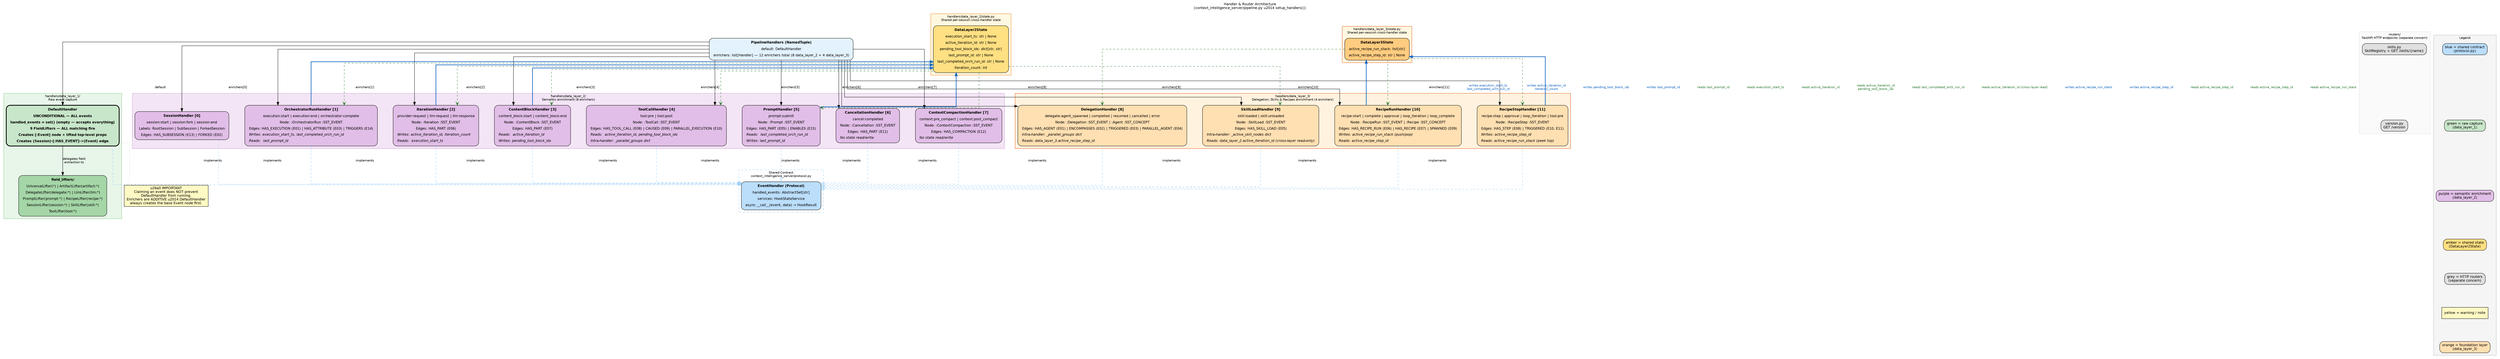
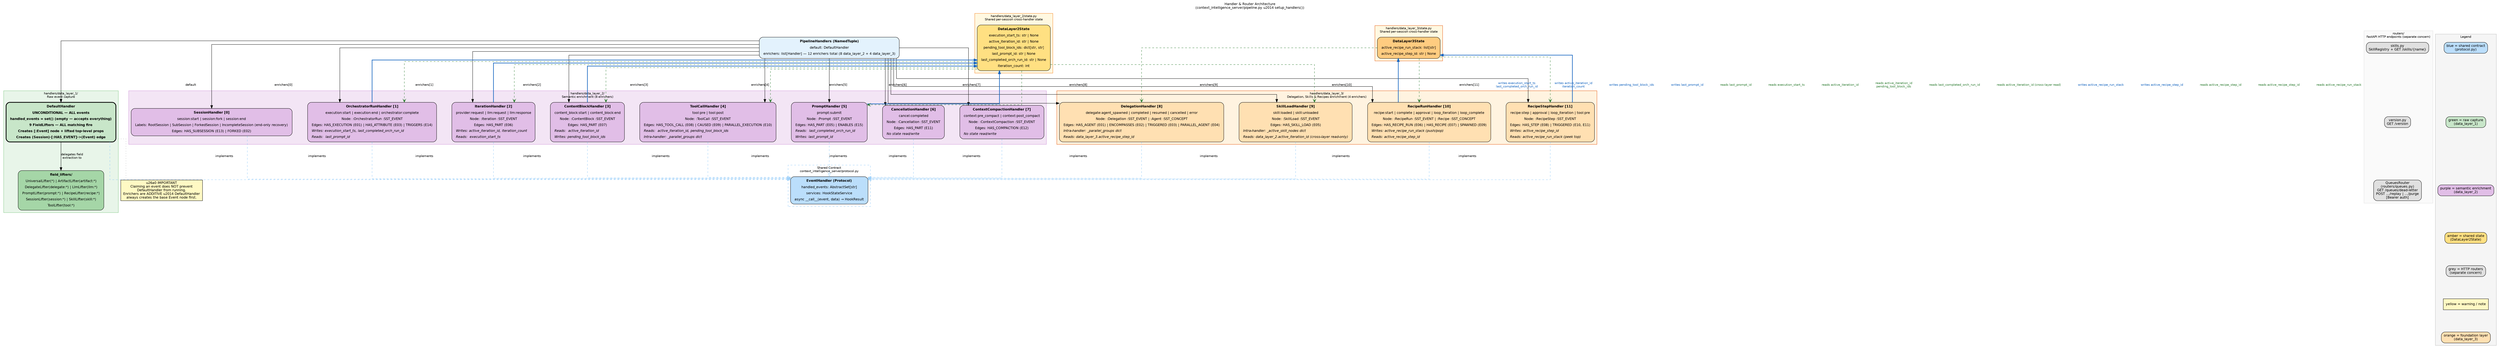
digraph handler_architecture {
    // --- Global defaults ------------------------------------------------------
    graph [
        rankdir   = TB
        splines   = ortho
        nodesep   = 0.7
        ranksep   = 1.0
        fontname  = "Helvetica"
        fontsize  = 11
        label     = "Handler & Router Architecture\n(context_intelligence_server/pipeline.py \u2014 setup_handlers())"
        labelloc  = t
        labeljust = c
    ]
    node [
        fontname = "Helvetica"
        fontsize = 11
        style    = "filled,rounded"
        shape    = box
    ]
    edge [
        fontname = "Helvetica"
        fontsize = 10
    ]

    // --- PipelineHandlers (NamedTuple) ----------------------------------------
    PipelineHandlers [
        style     = "filled,rounded"
        fillcolor = "#E3F2FD"
        label     = <<TABLE BORDER="0" CELLBORDER="0" CELLSPACING="2" CELLPADDING="3">
            <TR><TD><B>PipelineHandlers (NamedTuple)</B></TD></TR>
            <TR><TD>default: DefaultHandler</TD></TR>
            <TR><TD>enrichers: list[Handler] &#8212; 12 enrichers total (8 data_layer_2 + 4 data_layer_3)</TD></TR>
        </TABLE>>
    ]

    // --- Shared Contract -----------------------------------------------------
    subgraph cluster_protocol {
        graph [
            label     = "Shared Contract\ncontext_intelligence_server/protocol.py"
            style     = "dashed"
            color     = "#90CAF9"
            fontname  = "Helvetica"
            fontsize  = 10
        ]

        Protocol [
            style     = "filled,rounded"
            fillcolor = "#BBDEFB"
            label     = <<TABLE BORDER="0" CELLBORDER="0" CELLSPACING="2" CELLPADDING="3">
                <TR><TD><B>EventHandler (Protocol)</B></TD></TR>
                <TR><TD>handled_events: AbstractSet[str]</TD></TR>
                <TR><TD>services: HookStateService</TD></TR>
                <TR><TD>async __call__(event, data) &#8594; HookResult</TD></TR>
            </TABLE>>
        ]
    }

    // --- Routers (separate concern) ------------------------------------------
    subgraph cluster_routers {
        graph [
            label     = "routers/\nFastAPI HTTP endpoints (separate concern)"
            style     = "filled"
            color     = "#E0E0E0"
            fillcolor = "#FAFAFA"
            fontname  = "Helvetica"
            fontsize  = 10
        ]

        SkillsRouter [
            style     = "filled,rounded"
            fillcolor = "#E0E0E0"
            label     = "skills.py\nSkillRegistry + GET /skills/{name}"
        ]

        VersionRouter [
            style     = "filled,rounded"
            fillcolor = "#E0E0E0"
            label     = "version.py\nGET /version"
        ]

-         SkillsRouter -> VersionRouter [style = invis]
+         QueuesRouter [
+             style     = "filled,rounded"
+             fillcolor = "#E0E0E0"
+             label     = "QueuesRouter\n(routers/queues.py)\nGET /queues/dead-letter\nPOST .../replay | .../purge\n[Bearer auth]"
+         ]
+ 
+         SkillsRouter -> VersionRouter -> QueuesRouter [style = invis]
    }

    // --- Data Layer 1: Raw event capture ------------------------------------
    subgraph cluster_data_layer_1 {
        graph [
            label     = "handlers/data_layer_1/\nRaw event capture"
            style     = "filled"
            color     = "#81C784"
            fillcolor = "#E8F5E9"
            fontname  = "Helvetica"
            fontsize  = 10
        ]

        DefaultHandler [
            style     = "filled,rounded"
            fillcolor = "#C8E6C9"
            fontname  = "Helvetica-Bold"
            penwidth  = 2.5
            label     = <<TABLE BORDER="0" CELLBORDER="0" CELLSPACING="2" CELLPADDING="3">
                <TR><TD><B>DefaultHandler</B></TD></TR>
                <TR><TD>UNCONDITIONAL &#8212; ALL events</TD></TR>
                <TR><TD>handled_events = set() (empty &#8212; accepts everything)</TD></TR>
                <TR><TD>9 FieldLifters &#8212; ALL matching fire</TD></TR>
                <TR><TD>Creates [:Event] node + lifted top-level props</TD></TR>
                <TR><TD>Creates (Session)-[:HAS_EVENT]-&gt;(Event) edge</TD></TR>
            </TABLE>>
        ]

        FieldLifters [
            style     = "filled,rounded"
            fillcolor = "#A5D6A7"
            label     = <<TABLE BORDER="0" CELLBORDER="0" CELLSPACING="2" CELLPADDING="3">
                <TR><TD><B>field_lifters/</B></TD></TR>
                <TR><TD>UniversalLifter(*) | ArtifactLifter(artifact:*)</TD></TR>
                <TR><TD>DelegateLifter(delegate:*) | LlmLifter(llm:*)</TD></TR>
                <TR><TD>PromptLifter(prompt:*) | RecipeLifter(recipe:*)</TD></TR>
                <TR><TD>SessionLifter(session:*) | SkillLifter(skill:*)</TD></TR>
                <TR><TD>ToolLifter(tool:*)</TD></TR>
            </TABLE>>
        ]

        DefaultHandler -> FieldLifters [label = "delegates field\nextraction to"]
    }

    // --- Data Layer 2: Semantic enrichment ----------------------------------
    subgraph cluster_data_layer_2 {
        graph [
            label     = "handlers/data_layer_2/\nSemantic enrichment (8 enrichers)"
            style     = "filled"
            color     = "#CE93D8"
            fillcolor = "#F3E5F5"
            fontname  = "Helvetica"
            fontsize  = 10
        ]

        SessionHandler [
            style     = "filled,rounded"
            fillcolor = "#E1BEE7"
            label     = <<TABLE BORDER="0" CELLBORDER="0" CELLSPACING="2" CELLPADDING="3">
                <TR><TD><B>SessionHandler [0]</B></TD></TR>
                <TR><TD>session:start | session:fork | session:end</TD></TR>
-                 <TR><TD>Labels: RootSession | SubSession | ForkedSession</TD></TR>
+                 <TR><TD>Labels: RootSession | SubSession | ForkedSession | IncompleteSession (end-only recovery)</TD></TR>
                <TR><TD>Edges: HAS_SUBSESSION (E13) | FORKED (E02)</TD></TR>
            </TABLE>>
        ]

        OrchestratorRunHandler [
            style     = "filled,rounded"
            fillcolor = "#E1BEE7"
            label     = <<TABLE BORDER="0" CELLBORDER="0" CELLSPACING="2" CELLPADDING="3">
                <TR><TD><B>OrchestratorRunHandler [1]</B></TD></TR>
                <TR><TD>execution:start | execution:end | orchestrator:complete</TD></TR>
                <TR><TD>Node: :OrchestratorRun :SST_EVENT</TD></TR>
                <TR><TD>Edges: HAS_EXECUTION (E01) | HAS_ATTRIBUTE (E03) | TRIGGERS (E14)</TD></TR>
                <TR><TD ALIGN="LEFT"><I>Writes: execution_start_ts, last_completed_orch_run_id</I></TD></TR>
                <TR><TD ALIGN="LEFT"><I>Reads:  last_prompt_id</I></TD></TR>
            </TABLE>>
        ]

        IterationHandler [
            style     = "filled,rounded"
            fillcolor = "#E1BEE7"
            label     = <<TABLE BORDER="0" CELLBORDER="0" CELLSPACING="2" CELLPADDING="3">
                <TR><TD><B>IterationHandler [2]</B></TD></TR>
                <TR><TD>provider:request | llm:request | llm:response</TD></TR>
                <TR><TD>Node: :Iteration :SST_EVENT</TD></TR>
                <TR><TD>Edges: HAS_PART (E06)</TD></TR>
                <TR><TD ALIGN="LEFT"><I>Writes: active_iteration_id, iteration_count</I></TD></TR>
                <TR><TD ALIGN="LEFT"><I>Reads:  execution_start_ts</I></TD></TR>
            </TABLE>>
        ]

        ContentBlockHandler [
            style     = "filled,rounded"
            fillcolor = "#E1BEE7"
            label     = <<TABLE BORDER="0" CELLBORDER="0" CELLSPACING="2" CELLPADDING="3">
                <TR><TD><B>ContentBlockHandler [3]</B></TD></TR>
                <TR><TD>content_block:start | content_block:end</TD></TR>
                <TR><TD>Node: :ContentBlock :SST_EVENT</TD></TR>
                <TR><TD>Edges: HAS_PART (E07)</TD></TR>
                <TR><TD ALIGN="LEFT"><I>Reads:  active_iteration_id</I></TD></TR>
                <TR><TD ALIGN="LEFT"><I>Writes: pending_tool_block_ids</I></TD></TR>
            </TABLE>>
        ]

        ToolCallHandler [
            style     = "filled,rounded"
            fillcolor = "#E1BEE7"
            label     = <<TABLE BORDER="0" CELLBORDER="0" CELLSPACING="2" CELLPADDING="3">
                <TR><TD><B>ToolCallHandler [4]</B></TD></TR>
                <TR><TD>tool:pre | tool:post</TD></TR>
                <TR><TD>Node: :ToolCall :SST_EVENT</TD></TR>
                <TR><TD>Edges: HAS_TOOL_CALL (E08) | CAUSED (E09) | PARALLEL_EXECUTION (E10)</TD></TR>
                <TR><TD ALIGN="LEFT"><I>Reads:  active_iteration_id, pending_tool_block_ids</I></TD></TR>
                <TR><TD ALIGN="LEFT"><I>Intra-handler: _parallel_groups dict</I></TD></TR>
            </TABLE>>
        ]

        PromptHandler [
            style     = "filled,rounded"
            fillcolor = "#E1BEE7"
            label     = <<TABLE BORDER="0" CELLBORDER="0" CELLSPACING="2" CELLPADDING="3">
                <TR><TD><B>PromptHandler [5]</B></TD></TR>
                <TR><TD>prompt:submit</TD></TR>
                <TR><TD>Node: :Prompt :SST_EVENT</TD></TR>
                <TR><TD>Edges: HAS_PART (E05) | ENABLES (E15)</TD></TR>
                <TR><TD ALIGN="LEFT"><I>Reads:  last_completed_orch_run_id</I></TD></TR>
                <TR><TD ALIGN="LEFT"><I>Writes: last_prompt_id</I></TD></TR>
            </TABLE>>
        ]

        CancellationHandler [
            style     = "filled,rounded"
            fillcolor = "#E1BEE7"
            label     = <<TABLE BORDER="0" CELLBORDER="0" CELLSPACING="2" CELLPADDING="3">
                <TR><TD><B>CancellationHandler [6]</B></TD></TR>
                <TR><TD>cancel:completed</TD></TR>
                <TR><TD>Node: :Cancellation :SST_EVENT</TD></TR>
                <TR><TD>Edges: HAS_PART (E11)</TD></TR>
                <TR><TD ALIGN="LEFT"><I>No state read/write</I></TD></TR>
            </TABLE>>
        ]

        ContextCompactionHandler [
            style     = "filled,rounded"
            fillcolor = "#E1BEE7"
            label     = <<TABLE BORDER="0" CELLBORDER="0" CELLSPACING="2" CELLPADDING="3">
                <TR><TD><B>ContextCompactionHandler [7]</B></TD></TR>
                <TR><TD>context:pre_compact | context:post_compact</TD></TR>
                <TR><TD>Node: :ContextCompaction :SST_EVENT</TD></TR>
                <TR><TD>Edges: HAS_COMPACTION (E12)</TD></TR>
                <TR><TD ALIGN="LEFT"><I>No state read/write</I></TD></TR>
            </TABLE>>
        ]
    }

    // --- Data Layer 3: Delegation, Skills & Recipes enrichment ---------------
    subgraph cluster_data_layer_3 {
        graph [
            label     = "handlers/data_layer_3/\nDelegation, Skills & Recipes enrichment (4 enrichers)"
            style     = "filled"
            color     = "#E65100"
            fillcolor = "#FFF3E0"
            fontname  = "Helvetica"
            fontsize  = 10
        ]

        DelegationHandler [
            style     = "filled,rounded"
            fillcolor = "#FFE0B2"
            label     = <<TABLE BORDER="0" CELLBORDER="0" CELLSPACING="2" CELLPADDING="3">
                <TR><TD><B>DelegationHandler [8]</B></TD></TR>
                <TR><TD>delegate:agent_spawned | completed | resumed | cancelled | error</TD></TR>
                <TR><TD>Node: :Delegation :SST_EVENT | :Agent :SST_CONCEPT</TD></TR>
                <TR><TD>Edges: HAS_AGENT (E01) | ENCOMPASSES (E02) | TRIGGERED (E03) | PARALLEL_AGENT (E04)</TD></TR>
                <TR><TD ALIGN="LEFT"><I>Intra-handler: _parallel_groups dict</I></TD></TR>
                <TR><TD ALIGN="LEFT"><I>Reads: data_layer_3.active_recipe_step_id</I></TD></TR>
            </TABLE>>
        ]

        SkillLoadHandler [
            style     = "filled,rounded"
            fillcolor = "#FFE0B2"
            label     = <<TABLE BORDER="0" CELLBORDER="0" CELLSPACING="2" CELLPADDING="3">
                <TR><TD><B>SkillLoadHandler [9]</B></TD></TR>
                <TR><TD>skill:loaded | skill:unloaded</TD></TR>
                <TR><TD>Node: :SkillLoad :SST_EVENT</TD></TR>
                <TR><TD>Edges: HAS_SKILL_LOAD (E05)</TD></TR>
                <TR><TD ALIGN="LEFT"><I>Intra-handler: _active_skill_nodes dict</I></TD></TR>
                <TR><TD ALIGN="LEFT"><I>Reads: data_layer_2.active_iteration_id (cross-layer read-only)</I></TD></TR>
            </TABLE>>
        ]

        RecipeRunHandler [
            style     = "filled,rounded"
            fillcolor = "#FFE0B2"
            label     = <<TABLE BORDER="0" CELLBORDER="0" CELLSPACING="2" CELLPADDING="3">
                <TR><TD><B>RecipeRunHandler [10]</B></TD></TR>
                <TR><TD>recipe:start | complete | approval | loop_iteration | loop_complete</TD></TR>
                <TR><TD>Node: :RecipeRun :SST_EVENT | :Recipe :SST_CONCEPT</TD></TR>
                <TR><TD>Edges: HAS_RECIPE_RUN (E06) | HAS_RECIPE (E07) | SPAWNED (E09)</TD></TR>
                <TR><TD ALIGN="LEFT"><I>Writes: active_recipe_run_stack (push/pop)</I></TD></TR>
                <TR><TD ALIGN="LEFT"><I>Reads: active_recipe_step_id</I></TD></TR>
            </TABLE>>
        ]

        RecipeStepHandler [
            style     = "filled,rounded"
            fillcolor = "#FFE0B2"
            label     = <<TABLE BORDER="0" CELLBORDER="0" CELLSPACING="2" CELLPADDING="3">
                <TR><TD><B>RecipeStepHandler [11]</B></TD></TR>
                <TR><TD>recipe:step | approval | loop_iteration | tool:pre</TD></TR>
                <TR><TD>Node: :RecipeStep :SST_EVENT</TD></TR>
                <TR><TD>Edges: HAS_STEP (E08) | TRIGGERED (E10, E11)</TD></TR>
                <TR><TD ALIGN="LEFT"><I>Writes: active_recipe_step_id</I></TD></TR>
                <TR><TD ALIGN="LEFT"><I>Reads: active_recipe_run_stack (peek top)</I></TD></TR>
            </TABLE>>
        ]
    }

    // --- DataLayer2State (shared per-session state) --------------------------
    subgraph cluster_state {
        graph [
            label     = "handlers/data_layer_2/state.py\nShared per-session cross-handler state"
            style     = "filled"
            color     = "#F57F17"
            fillcolor = "#FFF8E1"
            fontname  = "Helvetica"
            fontsize  = 10
        ]

        DataLayer2State [
            style     = "filled,rounded"
            fillcolor = "#FFE082"
            label     = <<TABLE BORDER="0" CELLBORDER="0" CELLSPACING="2" CELLPADDING="3">
                <TR><TD><B>DataLayer2State</B></TD></TR>
                <TR><TD>execution_start_ts: str | None</TD></TR>
                <TR><TD>active_iteration_id: str | None</TD></TR>
                <TR><TD>pending_tool_block_ids: dict[str, str]</TD></TR>
                <TR><TD>last_prompt_id: str | None</TD></TR>
                <TR><TD>last_completed_orch_run_id: str | None</TD></TR>
                <TR><TD>iteration_count: int</TD></TR>
            </TABLE>>
        ]
    }

    // --- DataLayer3State (shared per-session state) --------------------------
    subgraph cluster_data_layer_3_state {
        graph [
            label     = "handlers/data_layer_3/state.py\nShared per-session cross-handler state"
            style     = "filled"
            color     = "#E65100"
            fillcolor = "#FFF8E1"
            fontname  = "Helvetica"
            fontsize  = 10
        ]

        DataLayer3State [
            style     = "filled,rounded"
            fillcolor = "#FFCC80"
            label     = <<TABLE BORDER="0" CELLBORDER="0" CELLSPACING="2" CELLPADDING="3">
                <TR><TD><B>DataLayer3State</B></TD></TR>
                <TR><TD>active_recipe_run_stack: list[str]</TD></TR>
                <TR><TD>active_recipe_step_id: str | None</TD></TR>
            </TABLE>>
        ]
    }

    // --- Warning note --------------------------------------------------------
    warning_note [
        style     = "filled"
        fillcolor = "#FFF9C4"
        label     = "\u26a0 IMPORTANT\nClaiming an event does NOT prevent\nDefaultHandler from running.\nEnrichers are ADDITIVE \u2014 DefaultHandler\nalways creates the base Event node first."
    ]

    // --- Legend --------------------------------------------------------------
    subgraph cluster_legend {
        graph [
            label     = "Legend"
            style     = "filled"
            color     = "#BDBDBD"
            fillcolor = "#F5F5F5"
            fontname  = "Helvetica"
            fontsize  = 10
        ]

        legend_contract [
            style     = "filled,rounded"
            fillcolor = "#BBDEFB"
            label     = "blue = shared contract\n(protocol.py)"
        ]
        legend_capture [
            style     = "filled,rounded"
            fillcolor = "#C8E6C9"
            label     = "green = raw capture\n(data_layer_1)"
        ]
        legend_enrich [
            style     = "filled,rounded"
            fillcolor = "#E1BEE7"
            label     = "purple = semantic enrichment\n(data_layer_2)"
        ]
        legend_state [
            style     = "filled,rounded"
            fillcolor = "#FFE082"
            label     = "amber = shared state\n(DataLayer2State)"
        ]
        legend_http [
            style     = "filled,rounded"
            fillcolor = "#E0E0E0"
            label     = "grey = HTTP routers\n(separate concern)"
        ]
        legend_warning [
            style     = "filled"
            fillcolor = "#FFF9C4"
            label     = "yellow = warning / note"
        ]
        legend_layer3 [
            style     = "filled,rounded"
            fillcolor = "#FFE0B2"
            label     = "orange = foundation layer\n(data_layer_3)"
        ]

        legend_contract -> legend_capture -> legend_enrich -> legend_state -> legend_http -> legend_warning -> legend_layer3 [style = invis]
    }

    // --- Structural edges ----------------------------------------------------
    PipelineHandlers -> DefaultHandler             [label = "default"]
    PipelineHandlers -> SessionHandler             [label = "enrichers[0]"]
    PipelineHandlers -> OrchestratorRunHandler     [label = "enrichers[1]"]
    PipelineHandlers -> IterationHandler           [label = "enrichers[2]"]
    PipelineHandlers -> ContentBlockHandler        [label = "enrichers[3]"]
    PipelineHandlers -> ToolCallHandler            [label = "enrichers[4]"]
    PipelineHandlers -> PromptHandler              [label = "enrichers[5]"]
    PipelineHandlers -> CancellationHandler        [label = "enrichers[6]"]
    PipelineHandlers -> ContextCompactionHandler   [label = "enrichers[7]"]
    PipelineHandlers -> DelegationHandler          [label = "enrichers[8]"]
    PipelineHandlers -> SkillLoadHandler           [label = "enrichers[9]"]
    PipelineHandlers -> RecipeRunHandler           [label = "enrichers[10]"]
    PipelineHandlers -> RecipeStepHandler          [label = "enrichers[11]"]

    DefaultHandler -> warning_note [style = dotted, color = "#AAAAAA", arrowhead = none]

    // Protocol conformance (all handlers implement EventHandler)
    DefaultHandler          -> Protocol [style = dashed, color = "#90CAF9", arrowhead = empty, label = "implements"]
    SessionHandler          -> Protocol [style = dashed, color = "#90CAF9", arrowhead = empty, label = "implements"]
    OrchestratorRunHandler  -> Protocol [style = dashed, color = "#90CAF9", arrowhead = empty, label = "implements"]
    IterationHandler        -> Protocol [style = dashed, color = "#90CAF9", arrowhead = empty, label = "implements"]
    ContentBlockHandler     -> Protocol [style = dashed, color = "#90CAF9", arrowhead = empty, label = "implements"]
    ToolCallHandler         -> Protocol [style = dashed, color = "#90CAF9", arrowhead = empty, label = "implements"]
    PromptHandler           -> Protocol [style = dashed, color = "#90CAF9", arrowhead = empty, label = "implements"]
    CancellationHandler     -> Protocol [style = dashed, color = "#90CAF9", arrowhead = empty, label = "implements"]
    ContextCompactionHandler -> Protocol [style = dashed, color = "#90CAF9", arrowhead = empty, label = "implements"]
    DelegationHandler        -> Protocol [style = dashed, color = "#90CAF9", arrowhead = empty, label = "implements"]
    SkillLoadHandler         -> Protocol [style = dashed, color = "#90CAF9", arrowhead = empty, label = "implements"]
    RecipeRunHandler         -> Protocol [style = dashed, color = "#90CAF9", arrowhead = empty, label = "implements"]
    RecipeStepHandler        -> Protocol [style = dashed, color = "#90CAF9", arrowhead = empty, label = "implements"]

    // --- State read / write arrows (constraint=false to preserve layout) -----
    // OrchestratorRunHandler
    OrchestratorRunHandler -> DataLayer2State [
        label      = "writes execution_start_ts\nlast_completed_orch_run_id"
        color      = "#1565C0"
        fontcolor  = "#1565C0"
        style      = "bold"
        constraint = false
    ]
    DataLayer2State -> OrchestratorRunHandler [
        label      = "reads last_prompt_id"
        color      = "#2E7D32"
        fontcolor  = "#2E7D32"
        style      = "dashed"
        arrowhead  = open
        constraint = false
    ]

    // IterationHandler
    IterationHandler -> DataLayer2State [
        label      = "writes active_iteration_id\niteration_count"
        color      = "#1565C0"
        fontcolor  = "#1565C0"
        style      = "bold"
        constraint = false
    ]
    DataLayer2State -> IterationHandler [
        label      = "reads execution_start_ts"
        color      = "#2E7D32"
        fontcolor  = "#2E7D32"
        style      = "dashed"
        arrowhead  = open
        constraint = false
    ]

    // ContentBlockHandler
    ContentBlockHandler -> DataLayer2State [
        label      = "writes pending_tool_block_ids"
        color      = "#1565C0"
        fontcolor  = "#1565C0"
        style      = "bold"
        constraint = false
    ]
    DataLayer2State -> ContentBlockHandler [
        label      = "reads active_iteration_id"
        color      = "#2E7D32"
        fontcolor  = "#2E7D32"
        style      = "dashed"
        arrowhead  = open
        constraint = false
    ]

    // ToolCallHandler
    DataLayer2State -> ToolCallHandler [
        label      = "reads active_iteration_id\npending_tool_block_ids"
        color      = "#2E7D32"
        fontcolor  = "#2E7D32"
        style      = "dashed"
        arrowhead  = open
        constraint = false
    ]

    // PromptHandler
    PromptHandler -> DataLayer2State [
        label      = "writes last_prompt_id"
        color      = "#1565C0"
        fontcolor  = "#1565C0"
        style      = "bold"
        constraint = false
    ]
    DataLayer2State -> PromptHandler [
        label      = "reads last_completed_orch_run_id"
        color      = "#2E7D32"
        fontcolor  = "#2E7D32"
        style      = "dashed"
        arrowhead  = open
        constraint = false
    ]

    // Layer 3 state read / write arrows
    RecipeRunHandler -> DataLayer3State [
        label      = "writes active_recipe_run_stack"
        color      = "#1565C0"
        fontcolor  = "#1565C0"
        style      = "bold"
        constraint = false
    ]
    DataLayer3State -> RecipeRunHandler [
        label      = "reads active_recipe_step_id"
        color      = "#2E7D32"
        fontcolor  = "#2E7D32"
        style      = "dashed"
        arrowhead  = open
        constraint = false
    ]
    RecipeStepHandler -> DataLayer3State [
        label      = "writes active_recipe_step_id"
        color      = "#1565C0"
        fontcolor  = "#1565C0"
        style      = "bold"
        constraint = false
    ]
    DataLayer3State -> RecipeStepHandler [
        label      = "reads active_recipe_run_stack"
        color      = "#2E7D32"
        fontcolor  = "#2E7D32"
        style      = "dashed"
        arrowhead  = open
        constraint = false
    ]
    DataLayer3State -> DelegationHandler [
        label      = "reads active_recipe_step_id"
        color      = "#2E7D32"
        fontcolor  = "#2E7D32"
        style      = "dashed"
        arrowhead  = open
        constraint = false
    ]
    DataLayer2State -> SkillLoadHandler [
        label      = "reads active_iteration_id (cross-layer read)"
        color      = "#2E7D32"
        fontcolor  = "#2E7D32"
        style      = "dashed"
        arrowhead  = open
        constraint = false
    ]
}
